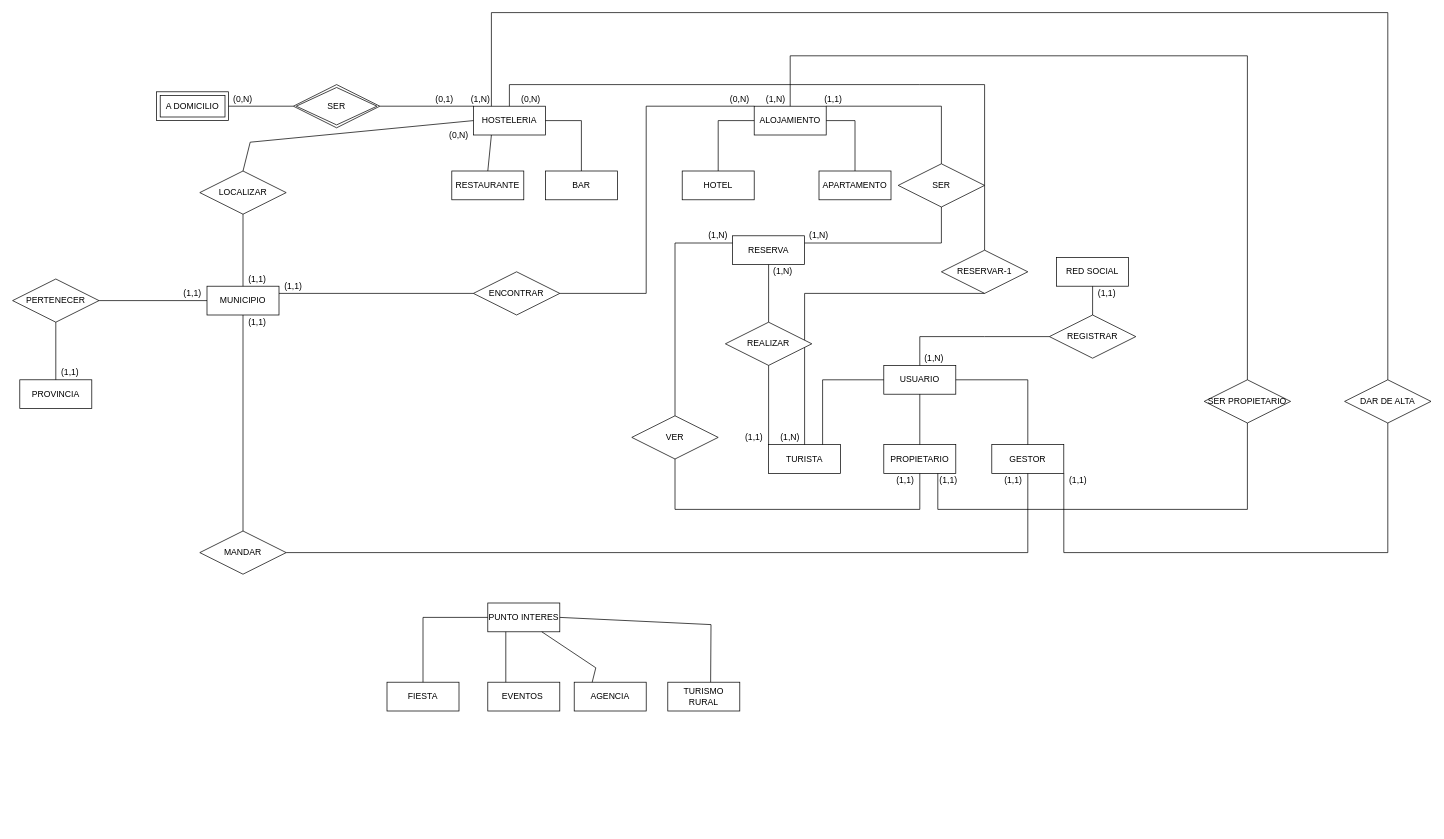
Above: Untitled Diagram.drawio in juantoperas/temphttp (draw.io), before the change. Source tidied: cells renumbered, new cells numbered last; positions are measured from the earlier drawing's top-left corner, leaving out a move shared by most shapes. Both pictures are drawn from the tidied source at 72%, with x=0, y=0 at pixel (12, 12).
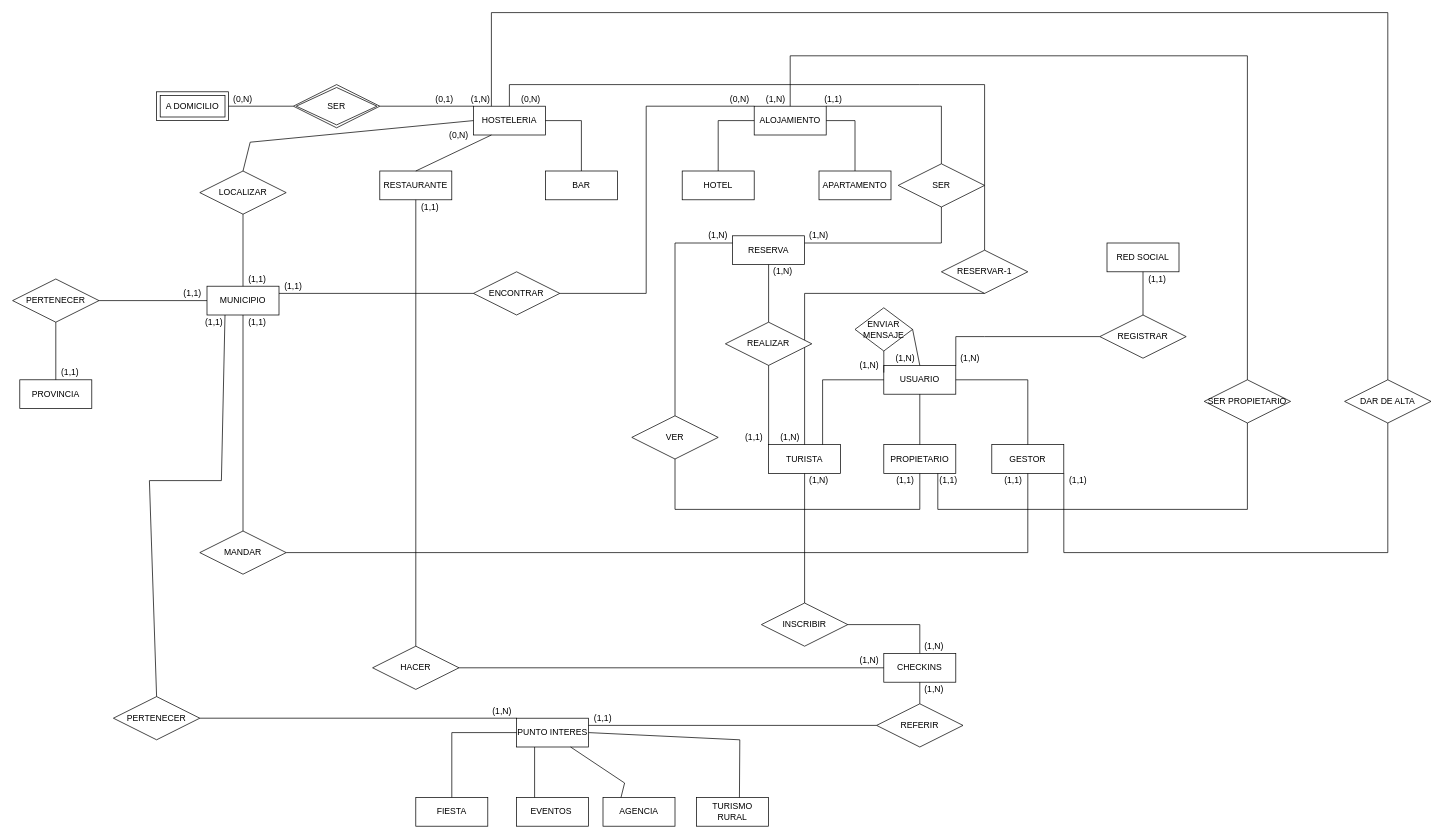
Above is the later version.

The change refers to these unchanged cells:
```xml
<mxCell id="14" value="USUARIO" style="whiteSpace=wrap;html=1;align=center;" parent="1" vertex="1">
  <mxGeometry x="1210" y="490" width="100" height="40" as="geometry" />
</mxCell>
<mxCell id="15" value="TURISTA" style="whiteSpace=wrap;html=1;align=center;" parent="1" vertex="1">
  <mxGeometry x="1050" y="600" width="100" height="40" as="geometry" />
</mxCell>
<mxCell id="41" value="MUNICIPIO" style="whiteSpace=wrap;html=1;align=center;" parent="1" vertex="1">
  <mxGeometry x="270" y="380" width="100" height="40" as="geometry" />
</mxCell>
```

The edit, as a diff of the source:
```diff
@@
     <mxCell id="3" value="RESTAURANTE" style="whiteSpace=wrap;html=1;align=center;" parent="1" vertex="1">
-      <mxGeometry x="610" y="220" width="100" height="40" as="geometry" />
+      <mxGeometry x="510" y="220" width="100" height="40" as="geometry" />
     </mxCell>
@@
     <mxCell id="8" value="PUNTO INTERES" style="whiteSpace=wrap;html=1;align=center;" parent="1" vertex="1">
-      <mxGeometry x="660" y="820" width="100" height="40" as="geometry" />
+      <mxGeometry x="700" y="980" width="100" height="40" as="geometry" />
     </mxCell>
     <mxCell id="9" value="FIESTA" style="whiteSpace=wrap;html=1;align=center;" parent="1" vertex="1">
-      <mxGeometry x="520" y="930" width="100" height="40" as="geometry" />
+      <mxGeometry x="560" y="1090" width="100" height="40" as="geometry" />
     </mxCell>
     <mxCell id="10" value="EVENTOS&amp;nbsp;" style="whiteSpace=wrap;html=1;align=center;" parent="1" vertex="1">
-      <mxGeometry x="660" y="930" width="100" height="40" as="geometry" />
+      <mxGeometry x="700" y="1090" width="100" height="40" as="geometry" />
     </mxCell>
     <mxCell id="11" value="AGENCIA" style="whiteSpace=wrap;html=1;align=center;" parent="1" vertex="1">
-      <mxGeometry x="780" y="930" width="100" height="40" as="geometry" />
+      <mxGeometry x="820" y="1090" width="100" height="40" as="geometry" />
     </mxCell>
     <mxCell id="12" value="TURISMO RURAL" style="whiteSpace=wrap;html=1;align=center;" parent="1" vertex="1">
-      <mxGeometry x="910" y="930" width="100" height="40" as="geometry" />
+      <mxGeometry x="950" y="1090" width="100" height="40" as="geometry" />
     </mxCell>
     <mxCell id="13" value="RED SOCIAL" style="whiteSpace=wrap;html=1;align=center;" parent="1" vertex="1">
-      <mxGeometry x="1450" y="340" width="100" height="40" as="geometry" />
+      <mxGeometry x="1520" y="320" width="100" height="40" as="geometry" />
     </mxCell>
@@
     <mxCell id="18" value="REGISTRAR" style="shape=rhombus;perimeter=rhombusPerimeter;whiteSpace=wrap;html=1;align=center;" parent="1" vertex="1">
-      <mxGeometry x="1440" y="420" width="120" height="60" as="geometry" />
+      <mxGeometry x="1510" y="420" width="120" height="60" as="geometry" />
     </mxCell>
@@
-    <mxCell id="20" style="endArrow=none;html=1;rounded=0;entryX=0;entryY=0.5;entryDx=0;entryDy=0;exitX=0.5;exitY=0;exitDx=0;exitDy=0;" parent="1" edge="1" source="14" target="18">
+    <mxCell id="20" style="endArrow=none;html=1;rounded=0;entryX=0;entryY=0.5;entryDx=0;entryDy=0;exitX=1;exitY=0;exitDx=0;exitDy=0;" parent="1" edge="1" source="14" target="18">
       <mxGeometry relative="1" as="geometry">
         <Array as="points">
-          <mxPoint x="1260" y="450" />
+          <mxPoint x="1310" y="450" />
           <mxPoint x="1350" y="450" />
         </Array>
       </mxGeometry>
     </mxCell>
@@
     <mxCell id="24" style="endArrow=none;html=1;rounded=0;entryX=0;entryY=0.5;entryDx=0;entryDy=0;exitX=0.5;exitY=0;exitDx=0;exitDy=0;" parent="1" edge="1" source="9" target="8">
       <mxGeometry relative="1" as="geometry">
         <Array as="points">
-          <mxPoint x="570" y="840" />
+          <mxPoint x="610" y="1000" />
         </Array>
       </mxGeometry>
     </mxCell>
     <mxCell id="25" style="endArrow=none;html=1;rounded=0;exitX=1;exitY=0.5;exitDx=0;exitDy=0;entryX=0.595;entryY=0.001;entryDx=0;entryDy=0;entryPerimeter=0;" parent="1" edge="1" source="8" target="12">
       <mxGeometry relative="1" as="geometry">
         <Array as="points">
-          <mxPoint x="970" y="850" />
+          <mxPoint x="1010" y="1010" />
         </Array>
       </mxGeometry>
     </mxCell>
@@
     <mxCell id="27" style="endArrow=none;html=1;rounded=0;exitX=0.75;exitY=1;exitDx=0;exitDy=0;entryX=0.25;entryY=0;entryDx=0;entryDy=0;" parent="1" edge="1" source="8" target="11">
       <mxGeometry relative="1" as="geometry">
         <Array as="points">
-          <mxPoint x="810" y="910" />
+          <mxPoint x="850" y="1070" />
         </Array>
       </mxGeometry>
     </mxCell>
@@
     <mxCell id="58" value="(1,1)" style="text;html=1;strokeColor=none;fillColor=none;align=center;verticalAlign=middle;whiteSpace=wrap;rounded=0;" parent="1" vertex="1">
-      <mxGeometry x="1500" y="380" width="40" height="20" as="geometry" />
+      <mxGeometry x="1570" y="360" width="40" height="20" as="geometry" />
     </mxCell>
     <mxCell id="59" value="(1,N)" style="text;html=1;strokeColor=none;fillColor=none;align=center;verticalAlign=middle;whiteSpace=wrap;rounded=0;" parent="1" vertex="1">
-      <mxGeometry x="1260" y="470" width="40" height="20" as="geometry" />
+      <mxGeometry x="1310" y="470" width="40" height="20" as="geometry" />
     </mxCell>
@@
+    <mxCell id="93" value="ENVIAR&lt;br&gt;MENSAJE" style="shape=rhombus;perimeter=rhombusPerimeter;whiteSpace=wrap;html=1;align=center;" parent="1" vertex="1">
+      <mxGeometry x="1170" y="410" width="80" height="60" as="geometry" />
+    </mxCell>
+    <mxCell id="94" style="endArrow=none;html=1;rounded=0;exitX=1;exitY=0.5;exitDx=0;exitDy=0;entryX=0.5;entryY=0;entryDx=0;entryDy=0;" parent="1" edge="1" source="93" target="14">
+      <mxGeometry relative="1" as="geometry" />
+    </mxCell>
+    <mxCell id="95" style="endArrow=none;html=1;rounded=0;entryX=0;entryY=0.25;entryDx=0;entryDy=0;exitX=0.5;exitY=1;exitDx=0;exitDy=0;" parent="1" edge="1" source="93" target="14">
+      <mxGeometry relative="1" as="geometry" />
+    </mxCell>
+    <mxCell id="96" value="(1,N)" style="text;html=1;strokeColor=none;fillColor=none;align=center;verticalAlign=middle;whiteSpace=wrap;rounded=0;" parent="1" vertex="1">
+      <mxGeometry x="1170" y="480" width="40" height="20" as="geometry" />
+    </mxCell>
+    <mxCell id="97" value="(1,N)" style="text;html=1;strokeColor=none;fillColor=none;align=center;verticalAlign=middle;whiteSpace=wrap;rounded=0;" parent="1" vertex="1">
+      <mxGeometry x="1220" y="470" width="40" height="20" as="geometry" />
+    </mxCell>
+    <mxCell id="98" value="CHECKINS" style="whiteSpace=wrap;html=1;align=center;" parent="1" vertex="1">
+      <mxGeometry x="1210" y="890" width="100" height="40" as="geometry" />
+    </mxCell>
+    <mxCell id="99" style="endArrow=none;html=1;rounded=0;exitX=0.5;exitY=1;exitDx=0;exitDy=0;entryX=0.5;entryY=0;entryDx=0;entryDy=0;" parent="1" edge="1" source="15" target="100">
+      <mxGeometry relative="1" as="geometry" />
+    </mxCell>
+    <mxCell id="100" value="INSCRIBIR" style="shape=rhombus;perimeter=rhombusPerimeter;whiteSpace=wrap;html=1;align=center;" parent="1" vertex="1">
+      <mxGeometry x="1040" y="820" width="120" height="60" as="geometry" />
+    </mxCell>
+    <mxCell id="101" style="endArrow=none;html=1;rounded=0;exitX=1;exitY=0.5;exitDx=0;exitDy=0;entryX=0.5;entryY=0;entryDx=0;entryDy=0;" parent="1" edge="1" source="100" target="98">
+      <mxGeometry relative="1" as="geometry">
+        <Array as="points">
+          <mxPoint x="1260" y="850" />
+        </Array>
+      </mxGeometry>
+    </mxCell>
+    <mxCell id="102" value="(1,N)" style="text;html=1;strokeColor=none;fillColor=none;align=center;verticalAlign=middle;whiteSpace=wrap;rounded=0;" parent="1" vertex="1">
+      <mxGeometry x="1260" y="870" width="40" height="20" as="geometry" />
+    </mxCell>
+    <mxCell id="103" value="(1,N)" style="text;html=1;strokeColor=none;fillColor=none;align=center;verticalAlign=middle;whiteSpace=wrap;rounded=0;" parent="1" vertex="1">
+      <mxGeometry x="1100" y="640" width="40" height="20" as="geometry" />
+    </mxCell>
+    <mxCell id="104" value="REFERIR" style="shape=rhombus;perimeter=rhombusPerimeter;whiteSpace=wrap;html=1;align=center;" parent="1" vertex="1">
+      <mxGeometry x="1200" y="960" width="120" height="60" as="geometry" />
+    </mxCell>
+    <mxCell id="105" style="endArrow=none;html=1;rounded=0;exitX=0.5;exitY=1;exitDx=0;exitDy=0;entryX=0.5;entryY=0;entryDx=0;entryDy=0;" parent="1" edge="1" source="98" target="104">
+      <mxGeometry relative="1" as="geometry" />
+    </mxCell>
+    <mxCell id="106" style="endArrow=none;html=1;rounded=0;entryX=0;entryY=0.5;entryDx=0;entryDy=0;exitX=1;exitY=0.25;exitDx=0;exitDy=0;" parent="1" edge="1" source="8" target="104">
+      <mxGeometry relative="1" as="geometry" />
+    </mxCell>
+    <mxCell id="107" value="(1,N)" style="text;html=1;strokeColor=none;fillColor=none;align=center;verticalAlign=middle;whiteSpace=wrap;rounded=0;" parent="1" vertex="1">
+      <mxGeometry x="1260" y="930" width="40" height="20" as="geometry" />
+    </mxCell>
+    <mxCell id="108" value="(1,1)" style="text;html=1;strokeColor=none;fillColor=none;align=center;verticalAlign=middle;whiteSpace=wrap;rounded=0;" parent="1" vertex="1">
+      <mxGeometry x="800" y="970" width="40" height="20" as="geometry" />
+    </mxCell>
+    <mxCell id="109" value="HACER" style="shape=rhombus;perimeter=rhombusPerimeter;whiteSpace=wrap;html=1;align=center;" parent="1" vertex="1">
+      <mxGeometry x="500" y="880" width="120" height="60" as="geometry" />
+    </mxCell>
+    <mxCell id="110" style="endArrow=none;html=1;rounded=0;entryX=0.5;entryY=0;entryDx=0;entryDy=0;exitX=0.5;exitY=1;exitDx=0;exitDy=0;" parent="1" edge="1" source="3" target="109">
+      <mxGeometry relative="1" as="geometry" />
+    </mxCell>
+    <mxCell id="111" style="endArrow=none;html=1;rounded=0;exitX=1;exitY=0.5;exitDx=0;exitDy=0;entryX=0;entryY=0.5;entryDx=0;entryDy=0;" parent="1" edge="1" source="109" target="98">
+      <mxGeometry relative="1" as="geometry" />
+    </mxCell>
+    <mxCell id="112" value="(1,N)" style="text;html=1;strokeColor=none;fillColor=none;align=center;verticalAlign=middle;whiteSpace=wrap;rounded=0;" parent="1" vertex="1">
+      <mxGeometry x="1170" y="890" width="40" height="20" as="geometry" />
+    </mxCell>
+    <mxCell id="113" value="(1,1)" style="text;html=1;strokeColor=none;fillColor=none;align=center;verticalAlign=middle;whiteSpace=wrap;rounded=0;" parent="1" vertex="1">
+      <mxGeometry x="560" y="260" width="40" height="20" as="geometry" />
+    </mxCell>
+    <mxCell id="114" value="PERTENECER" style="shape=rhombus;perimeter=rhombusPerimeter;whiteSpace=wrap;html=1;align=center;" parent="1" vertex="1">
+      <mxGeometry x="140" y="950" width="120" height="60" as="geometry" />
+    </mxCell>
+    <mxCell id="115" style="endArrow=none;html=1;rounded=0;exitX=0.25;exitY=1;exitDx=0;exitDy=0;entryX=0.5;entryY=0;entryDx=0;entryDy=0;" parent="1" edge="1" source="41" target="114">
+      <mxGeometry relative="1" as="geometry">
+        <Array as="points">
+          <mxPoint x="290" y="650" />
+          <mxPoint x="190" y="650" />
+        </Array>
+      </mxGeometry>
+    </mxCell>
+    <mxCell id="116" style="endArrow=none;html=1;rounded=0;exitX=1;exitY=0.5;exitDx=0;exitDy=0;entryX=0;entryY=0;entryDx=0;entryDy=0;" parent="1" edge="1" source="114" target="8">
+      <mxGeometry relative="1" as="geometry" />
+    </mxCell>
+    <mxCell id="117" value="(1,1)" style="text;html=1;strokeColor=none;fillColor=none;align=center;verticalAlign=middle;whiteSpace=wrap;rounded=0;" parent="1" vertex="1">
+      <mxGeometry x="260" y="420" width="40" height="20" as="geometry" />
+    </mxCell>
+    <mxCell id="118" value="(1,N)" style="text;html=1;strokeColor=none;fillColor=none;align=center;verticalAlign=middle;whiteSpace=wrap;rounded=0;" parent="1" vertex="1">
+      <mxGeometry x="660" y="960" width="40" height="20" as="geometry" />
+    </mxCell>
```
